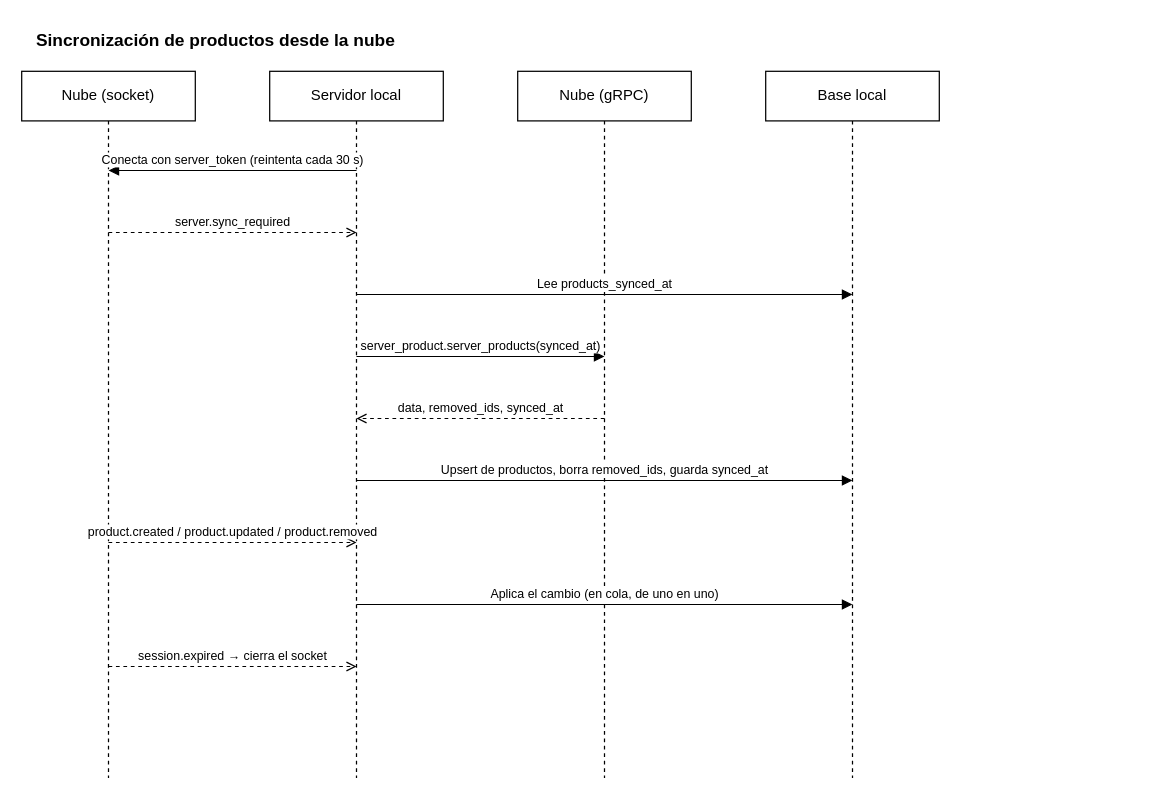
Before: documents/diagrams/sequences/product-sync.drawio in Andry510/miyabi-restaurant-server, a draw.io diagram. Source tidied: cells renumbered, new cells numbered last; positions are measured from the earlier drawing's top-left corner, leaving out a move shared by most shapes. Both pictures are drawn from the tidied source at 124%, with x=0, y=0 at pixel (21, 21).
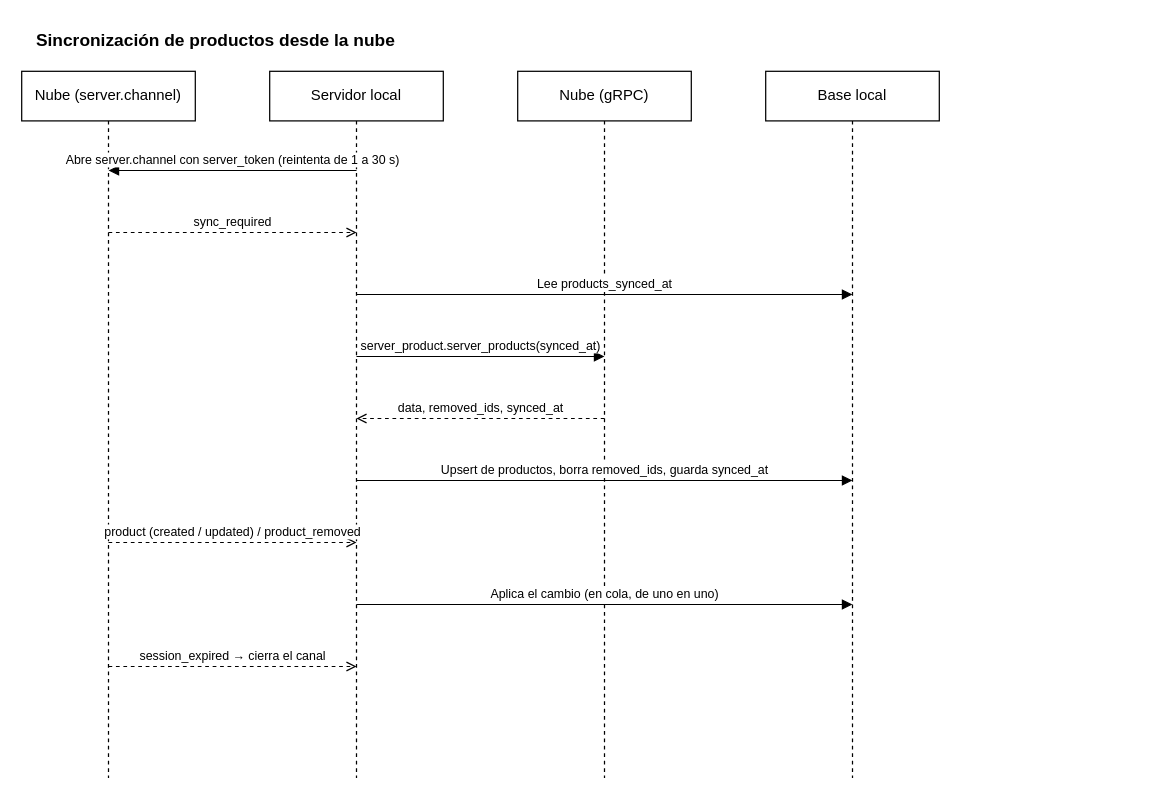
The same page after the edit.

Commit message (it also covers changes not shown here):
feature(docs): document the grpc channel with the cloud and update the sequence diagrams

The edit, as a diff of the source:
```diff
@@
-    <mxCell id="3" value="Nube (socket)" style="shape=umlLifeline;perspective=0;whiteSpace=wrap;html=1;size=40;" parent="1" vertex="1">
+    <mxCell id="3" value="Nube (server.channel)" style="shape=umlLifeline;perspective=0;whiteSpace=wrap;html=1;size=40;" parent="1" vertex="1">
       <mxGeometry y="40" width="140" height="570" as="geometry" />
     </mxCell>
@@
-    <mxCell id="7" value="Conecta con server_token (reintenta cada 30 s)" style="html=1;verticalAlign=bottom;endArrow=block;fontSize=10;" parent="1" edge="1">
+    <mxCell id="7" value="Abre server.channel con server_token (reintenta de 1 a 30 s)" style="html=1;verticalAlign=bottom;endArrow=block;fontSize=10;" parent="1" edge="1">
       <mxGeometry relative="1" as="geometry">
         <mxPoint x="270" y="120" as="sourcePoint" />
         <mxPoint x="70" y="120" as="targetPoint" />
       </mxGeometry>
     </mxCell>
-    <mxCell id="8" value="server.sync_required" style="html=1;verticalAlign=bottom;endArrow=block;fontSize=10;dashed=1;endArrow=open;" parent="1" edge="1">
+    <mxCell id="8" value="sync_required" style="html=1;verticalAlign=bottom;endArrow=block;fontSize=10;dashed=1;endArrow=open;" parent="1" edge="1">
       <mxGeometry relative="1" as="geometry">
         <mxPoint x="70" y="170" as="sourcePoint" />
         <mxPoint x="270" y="170" as="targetPoint" />
       </mxGeometry>
     </mxCell>
@@
-    <mxCell id="13" value="product.created / product.updated / product.removed" style="html=1;verticalAlign=bottom;endArrow=block;fontSize=10;dashed=1;endArrow=open;" parent="1" edge="1">
+    <mxCell id="13" value="product (created / updated) / product_removed" style="html=1;verticalAlign=bottom;endArrow=block;fontSize=10;dashed=1;endArrow=open;" parent="1" edge="1">
       <mxGeometry relative="1" as="geometry">
         <mxPoint x="70" y="420" as="sourcePoint" />
         <mxPoint x="270" y="420" as="targetPoint" />
       </mxGeometry>
     </mxCell>
@@
-    <mxCell id="15" value="session.expired → cierra el socket" style="html=1;verticalAlign=bottom;endArrow=block;fontSize=10;dashed=1;endArrow=open;" parent="1" edge="1">
+    <mxCell id="15" value="session_expired → cierra el canal" style="html=1;verticalAlign=bottom;endArrow=block;fontSize=10;dashed=1;endArrow=open;" parent="1" edge="1">
       <mxGeometry relative="1" as="geometry">
         <mxPoint x="70" y="520" as="sourcePoint" />
         <mxPoint x="270" y="520" as="targetPoint" />
       </mxGeometry>
     </mxCell>
```
